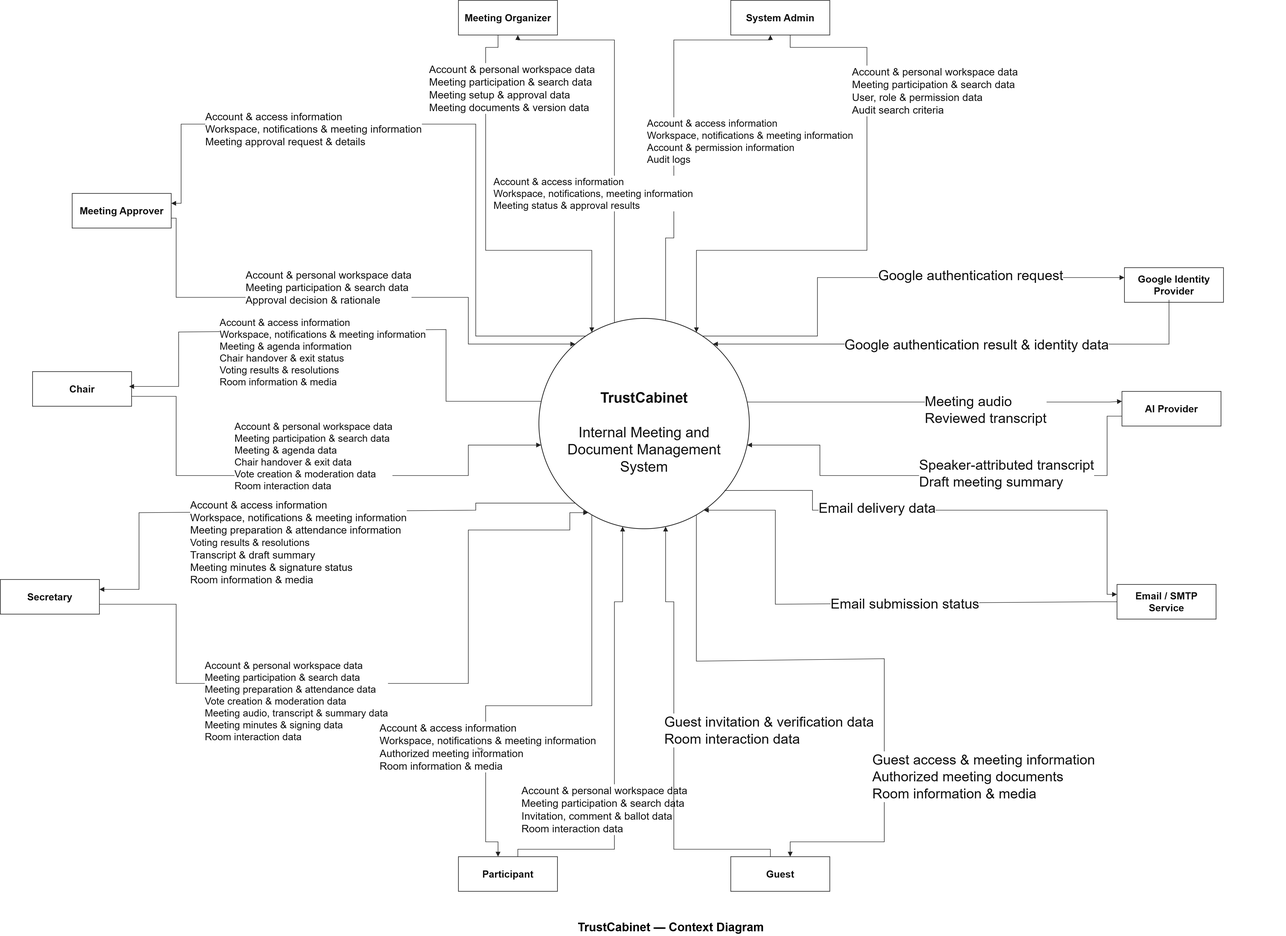
This is docs/11-contextdiagram/trustcabinet-context.drawio.png from callmehai/FU-FA26-G116, a draw.io export, as it was before one commit. Source tidied: cells renumbered, new cells last; positions are measured from the earlier drawing's top-left corner, leaving out a move shared by most shapes.
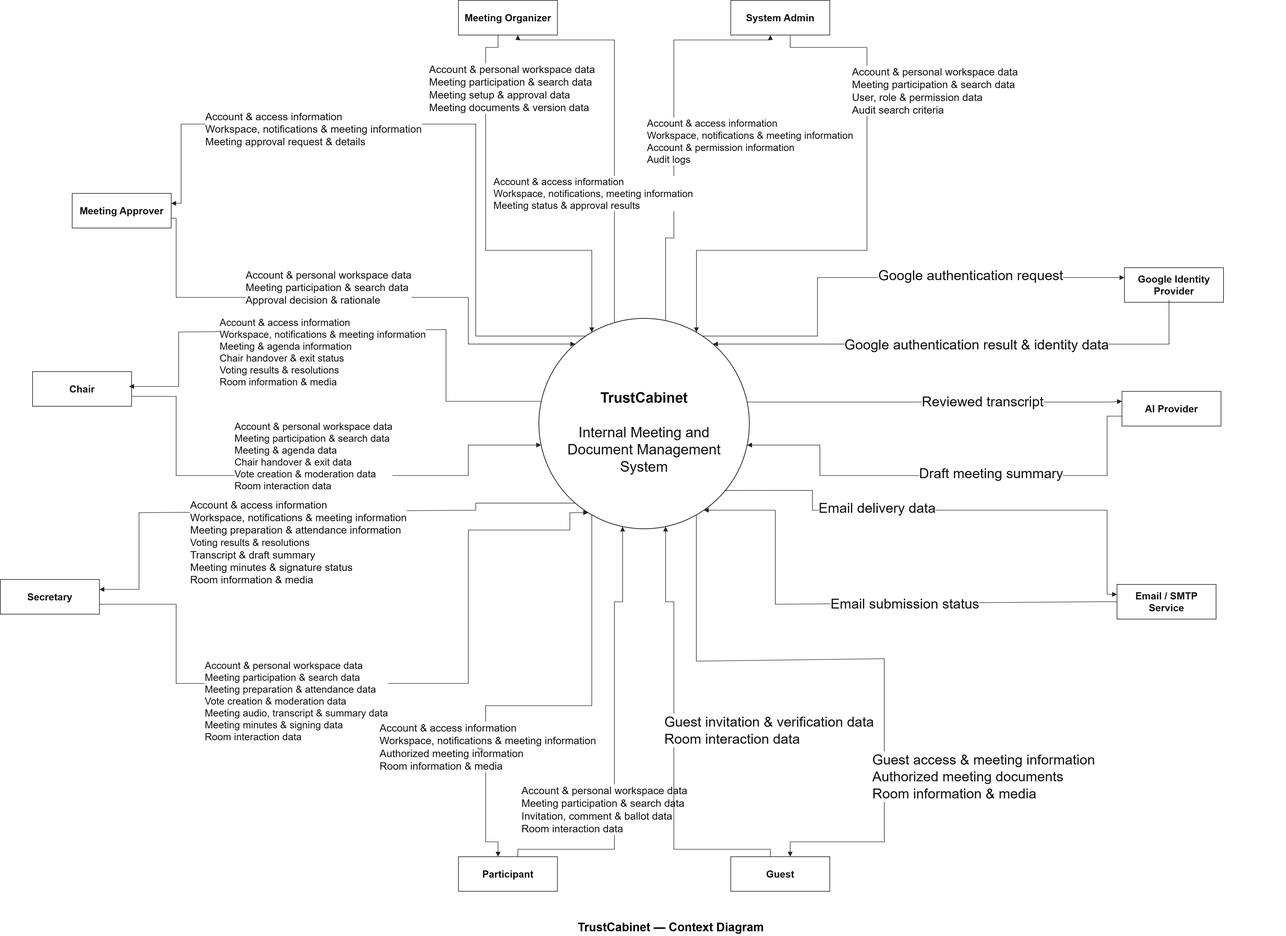
Above is the later version.

Commit message:
Cập nhật nhãn luồng AI trong sơ đồ

Loại bỏ các nhãn audio và transcript gán người nói, giữ lại bản nháp tóm tắt và transcript đã duyệt. Cập nhật ảnh xem trước sơ đồ.

Change to the diagram source:
```diff
@@ -266,7 +266,7 @@
         </Array>
       </mxGeometry>
     </mxCell>
-    <mxCell id="41" value="&lt;font style=&quot;font-size: 56px;&quot;&gt;&lt;span style=&quot;color: rgb(17, 17, 17); font-family: Arial;&quot;&gt;Speaker-attributed transcript&lt;/span&gt;&lt;br style=&quot;color: rgb(17, 17, 17); font-family: Arial;&quot;&gt;&lt;span style=&quot;color: rgb(17, 17, 17); font-family: Arial;&quot;&gt;Draft meeting summary&lt;/span&gt;&lt;/font&gt;" style="edgeLabel;html=1;align=left;verticalAlign=middle;" parent="40" vertex="1">
+    <mxCell id="41" value="&lt;font style=&quot;font-size: 56px;&quot;&gt;&lt;span style=&quot;color: rgb(17, 17, 17); font-family: Arial;&quot;&gt;Draft meeting summary&lt;/span&gt;&lt;/font&gt;" style="edgeLabel;html=1;align=left;verticalAlign=middle;" parent="40" vertex="1">
       <mxGeometry x="0.26" y="-2" relative="1" as="geometry">
         <mxPoint x="119" y="-8" as="offset" />
       </mxGeometry>
@@ -280,9 +280,9 @@
         <mxPoint x="1" as="offset" />
       </mxGeometry>
     </mxCell>
-    <mxCell id="43" value="&lt;font style=&quot;font-size: 56px;&quot;&gt;&lt;span style=&quot;color: rgb(17, 17, 17); font-family: Arial;&quot;&gt;Meeting audio&lt;/span&gt;&lt;br style=&quot;color: rgb(17, 17, 17); font-family: Arial;&quot;&gt;&lt;span style=&quot;color: rgb(17, 17, 17); font-family: Arial;&quot;&gt;Reviewed transcript&lt;/span&gt;&lt;/font&gt;" style="edgeLabel;html=1;align=left;verticalAlign=middle;" parent="42" vertex="1">
+    <mxCell id="43" value="&lt;font style=&quot;font-size: 56px;&quot;&gt;&lt;span style=&quot;color: rgb(17, 17, 17); font-family: Arial;&quot;&gt;Reviewed transcript&lt;/span&gt;&lt;/font&gt;" style="edgeLabel;html=1;align=left;verticalAlign=middle;" parent="42" vertex="1">
       <mxGeometry x="-0.29" relative="1" as="geometry">
-        <mxPoint x="176" y="30" as="offset" />
+        <mxPoint x="164" y="-3" as="offset" />
       </mxGeometry>
     </mxCell>
     <mxCell id="44" value="&lt;div style=&quot;width:630px;text-align:left;line-height:1.22;&quot;&gt;&lt;br&gt;&lt;/div&gt;" style="edgeStyle=none;rounded=0;jettySize=auto;html=1;endArrow=block;endFill=1;endSize=14;startArrow=none;strokeWidth=2.2;strokeColor=#222222;fontColor=#111111;fontFamily=Arial;fontSize=26;align=left;verticalAlign=middle;labelBackgroundColor=#ffffff;entryX=0.7836367871;entryY=0.9117647059;entryPerimeter=0;" parent="1" edge="1" source="13" target="3">
```
